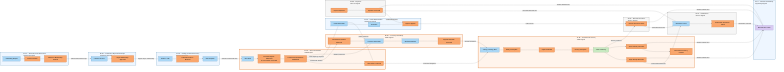
Earlier version of the Mermaid export report/assets/chapter-2/ddd-process/candidate-bounded-contexts.png (nexa-suite/mobile-report). Its source is kept beside it as report/assets/chapter-2/ddd-process/candidate-bounded-contexts.mmd.
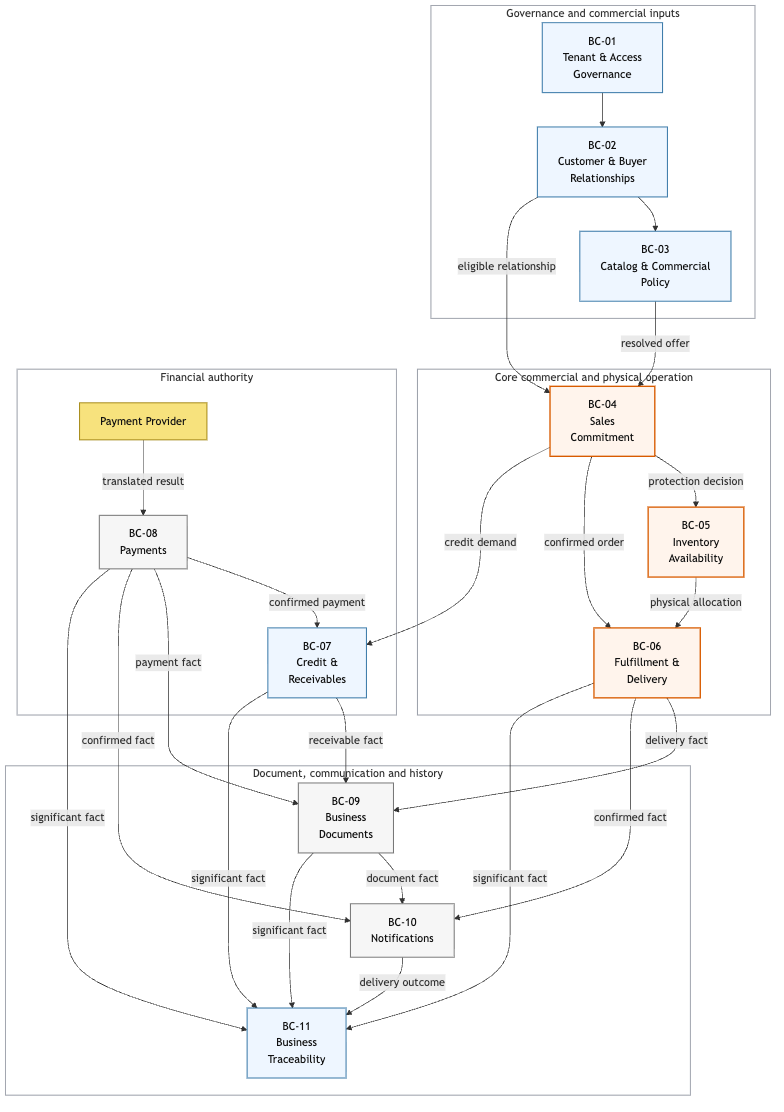
Later version of the same file.

Change to the diagram source:
```diff
@@ -1,141 +1,59 @@
-flowchart LR
+flowchart TB
+  classDef core fill:#FFF4EC,stroke:#D85B00,stroke-width:2px,color:#111
+  classDef supporting fill:#EEF6FF,stroke:#3979A8,stroke-width:1.5px,color:#111
+  classDef generic fill:#F6F6F6,stroke:#777,stroke-width:1.5px,color:#111
+  classDef external fill:#F7E27D,stroke:#9A7B00,stroke-width:1.3px,color:#111
 
+  subgraph foundation["Governance and commercial inputs"]
+    direction LR
+    bc01["BC-01<br/>Tenant & Access<br/>Governance"]:::supporting
+    bc02["BC-02<br/>Customer & Buyer<br/>Relationships"]:::supporting
+    bc03["BC-03<br/>Catalog & Commercial<br/>Policy"]:::supporting
+    bc01 --> bc02 --> bc03
+  end
 
-classDef event fill:#F9A66C,stroke:#A84A00,stroke-width:1.4px,color:#111;
-classDef object fill:#A9D6F5,stroke:#2B6F9F,stroke-width:1.3px,color:#111;
-classDef decision fill:#F7E27D,stroke:#9A7B00,stroke-width:1.3px,color:#111;
-classDef evidence fill:#C7E9C0,stroke:#4B8144,stroke-width:1.3px,color:#111;
-classDef trace fill:#D8C9F2,stroke:#6B4EA1,stroke-width:1.3px,color:#111;
+  subgraph coreDomain["Core commercial and physical operation"]
+    direction LR
+    bc04["BC-04<br/>Sales<br/>Commitment"]:::core
+    bc05["BC-05<br/>Inventory<br/>Availability"]:::core
+    bc06["BC-06<br/>Fulfillment &<br/>Delivery"]:::core
+    bc04 -->|"protection decision"| bc05
+    bc04 -->|"confirmed order"| bc06
+    bc05 -->|"physical allocation"| bc06
+  end
 
-subgraph BC01["BC-01 — Tenant & Access Governance\nSupporting-aligned"]
-direction TB
-  A01["Onboarding Request"]:::object
-  E01["Tenant Activated"]:::event
-  E02["Workforce Membership Granted"]:::event
-  A01 --> E01 --> E02
-end
+  subgraph financial["Financial authority"]
+    direction LR
+    bc07["BC-07<br/>Credit &<br/>Receivables"]:::supporting
+    paymentProvider["Payment Provider"]:::external
+    bc08["BC-08<br/>Payments"]:::generic
+    paymentProvider -->|"translated result"| bc08
+    bc08 -->|"confirmed payment"| bc07
+  end
 
-subgraph BC02["BC-02 — Customer & Buyer Relationships\nSupporting-aligned"]
-direction TB
-  A02["Customer Account"]:::object
-  E03["Buyer Relationship Approved"]:::event
-  A02 --> E03
-end
+  subgraph downstream["Document, communication and history"]
+    direction LR
+    bc09["BC-09<br/>Business<br/>Documents"]:::generic
+    bc10["BC-10<br/>Notifications"]:::generic
+    bc11["BC-11<br/>Business<br/>Traceability"]:::supporting
+    bc09 -->|"document fact"| bc10
+    bc10 -->|"delivery outcome"| bc11
+  end
 
-subgraph BC03["BC-03 — Catalog & Commercial Policy\nSupporting-aligned"]
-direction TB
-  A03["Product / SKU"]:::object
-  E04["Authoritative Price Resolved"]:::event
-  A04["Offer Snapshot"]:::object
-  A03 --> E04 --> A04
-end
+  bc02 -->|"eligible relationship"| bc04
+  bc03 -->|"resolved offer"| bc04
+  bc04 -->|"credit demand"| bc07
+  bc06 -->|"delivery fact"| bc09
+  bc07 -->|"receivable fact"| bc09
+  bc08 -->|"payment fact"| bc09
+  bc06 -->|"confirmed fact"| bc10
+  bc08 -->|"confirmed fact"| bc10
+  bc06 -->|"significant fact"| bc11
+  bc07 -->|"significant fact"| bc11
+  bc08 -->|"significant fact"| bc11
+  bc09 -->|"significant fact"| bc11
 
-subgraph BC04["BC-04 — Sales Commitment\nCORE-aligned"]
-direction TB
-  A05["Sales Draft"]:::object
-  E05["Purchase Request Submitted\nor Direct Order Confirmed"]:::event
-  E06["Commercial Commitment Established"]:::event
-  E07["Sales Order Confirmed"]:::event
-  A05 --> E05 --> E06 --> E07
-end
-
-subgraph BC05["BC-05 — Inventory Availability\nCORE-aligned"]
-direction TB
-  E08["Commitment Demand Observed"]:::event
-  A06["Inventory Reservation"]:::object
-  A07["Warehouse Backing"]:::object
-  E09["Physical Allocation Executed"]:::event
-  E08 --> A06 --> A07 --> E09
-end
-
-subgraph BC07["BC-07 — Credit & Receivables\nSupporting-aligned"]
-direction TB
-  A08["Credit Reservation"]:::object
-  A09["Receivable"]:::object
-  E10["Payment Applied"]:::event
-  A08 --> A09 --> E10
-end
-
-subgraph BC06["BC-06 — Fulfillment & Delivery\nCORE-aligned"]
-direction TB
-  A10["Picking / Packing Work"]:::object
-  E11["Ready for Dispatch"]:::event
-  E12["Dispatch Handoff"]:::event
-  E13["Delivery Attempted"]:::event
-  A11["Proof of Delivery"]:::evidence
-  E14["Buyer Receipt Recorded"]:::event
-  E15["Partial Delivery Recorded"]:::event
-  E16["Continuation Delivery Created"]:::event
-
-  A10 --> E11 --> E12 --> E13 --> A11
-  A11 --> E14
-  A11 --> E15 --> E16
-end
-
-subgraph BC08["BC-08 — Payments\nGeneric-aligned"]
-direction TB
-  E17["Payment Reported"]:::event
-  E18["Payment Confirmed"]:::event
-  E17 --> E18
-end
-
-subgraph BC09["BC-09 — Business Documents\nGeneric-aligned"]
-direction TB
-  E19["Business Document Issued"]:::event
-end
-
-subgraph BC10["BC-10 — Notifications\nGeneric-aligned"]
-direction TB
-  A12["Notification Intent"]:::object
-  E20["Notification Delivered / Failed"]:::event
-  A12 --> E20
-end
-
-subgraph BC11["BC-11 — Business Traceability\nSupporting-aligned"]
-direction TB
-  E21["Business Fact Traced"]:::trace
-end
-
-
-E02 -->|"authorized business scope"| A02
-E03 -->|"eligible buyer relationship"| A03
-A04 -->|"resolved commercial offer"| A05
-
-E06 -->|"commercial demand"| E08
-A06 -->|"demand protected"| E06
-
-E06 -->|"credit capacity required"| A08
-A08 -->|"credit protected"| E07
-
-E07 -->|"confirmed obligation"| A10
-E09 -->|"physical allocation"| A10
-
-A11 -->|"delivery evidence"| E19
-
-E18 -->|"confirmed payment"| E10
-E10 -->|"financial fact"| E19
-
-E14 -->|"confirmed business fact"| A12
-E18 -->|"confirmed business fact"| A12
-E19 -->|"issued-document fact"| A12
-
-E14 -->|"durable business fact"| E21
-E15 -->|"durable business fact"| E21
-E18 -->|"durable business fact"| E21
-E19 -->|"durable business fact"| E21
-E20 -->|"notification outcome"| E21
-
-
-style BC04 fill:#FFF4EC,stroke:#D85B00,stroke-width:3px
-style BC05 fill:#FFF4EC,stroke:#D85B00,stroke-width:3px
-style BC06 fill:#FFF4EC,stroke:#D85B00,stroke-width:3px
-
-style BC01 fill:#EEF6FF,stroke:#3979A8,stroke-width:2px
-style BC02 fill:#EEF6FF,stroke:#3979A8,stroke-width:2px
-style BC03 fill:#EEF6FF,stroke:#3979A8,stroke-width:2px
-style BC07 fill:#EEF6FF,stroke:#3979A8,stroke-width:2px
-style BC11 fill:#EEF6FF,stroke:#3979A8,stroke-width:2px
-
-style BC08 fill:#F6F6F6,stroke:#777,stroke-width:2px
-style BC09 fill:#F6F6F6,stroke:#777,stroke-width:2px
-style BC10 fill:#F6F6F6,stroke:#777,stroke-width:2px
+  style foundation fill:none,stroke:#6B7280,stroke-width:1px
+  style coreDomain fill:none,stroke:#6B7280,stroke-width:1px
+  style financial fill:none,stroke:#6B7280,stroke-width:1px
+  style downstream fill:none,stroke:#6B7280,stroke-width:1px
```
